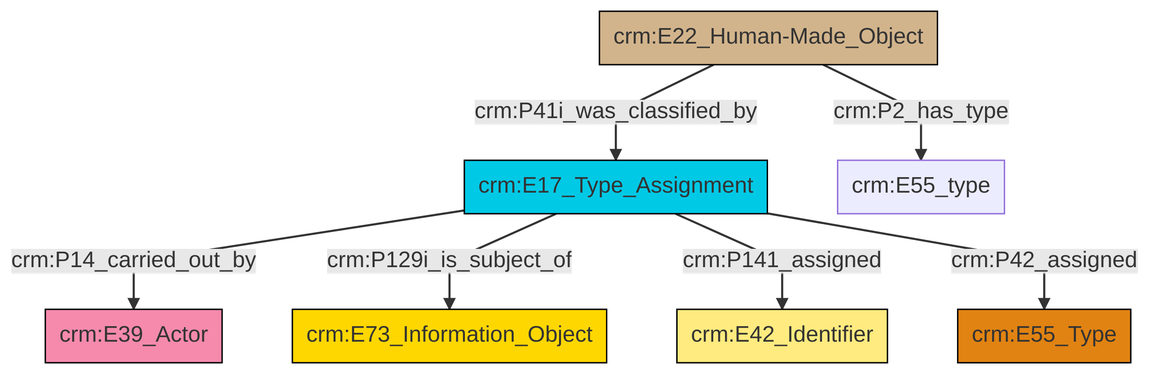
This is et/builtWorkCSV/ttl/mmd/png/Built_Work_designation_status.png from swiss-art-research-net/reference-data-models, a Mermaid export, as it was before one commit. Its source is kept beside it as et/builtWorkCSV/ttl/mmd/Built_Work_designation_status.ttl.mmd.
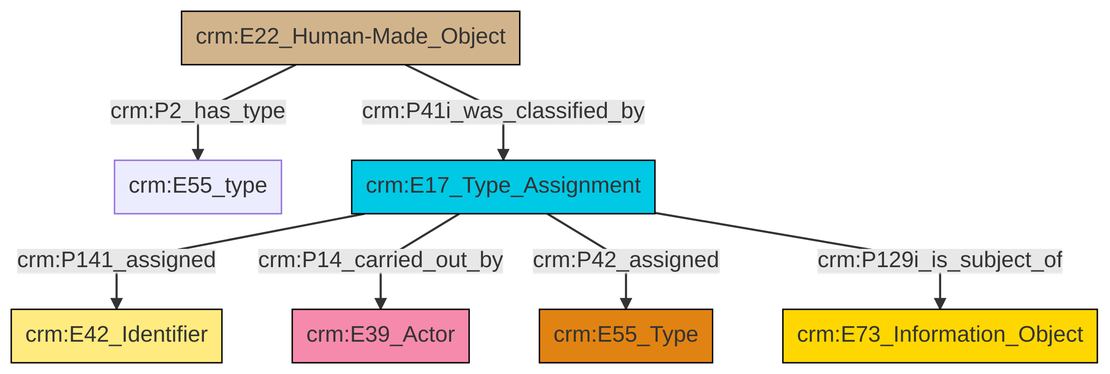
After the change.

Change to the diagram source:
```diff
@@ -13,9 +13,9 @@
 classDef PC_Classes fill:#4ce600, stroke:#000000;
 classDef Multi fill:#cccccc,stroke:#000000;
 
-2["crm:E17_Type_Assignment"]:::Temporal_Entity -->|crm:P14_carried_out_by| 0["crm:E39_Actor"]:::Actor
-2["crm:E17_Type_Assignment"]:::Temporal_Entity -->|crm:P129i_is_subject_of| 3["crm:E73_Information_Object"]:::Conceptual_Object
-2["crm:E17_Type_Assignment"]:::Temporal_Entity -->|crm:P141_assigned| 6["crm:E42_Identifier"]:::Appellation
-11["crm:E22_Human-Made_Object"]:::Physical_Thing -->|crm:P41i_was_classified_by| 2["crm:E17_Type_Assignment"]:::Temporal_Entity
-2["crm:E17_Type_Assignment"]:::Temporal_Entity -->|crm:P42_assigned| 7["crm:E55_Type"]:::Type
-11["crm:E22_Human-Made_Object"]:::Physical_Thing -->|crm:P2_has_type| 4["crm:E55_type"]:::Default
+2["crm:E22_Human-Made_Object"]:::Physical_Thing -->|crm:P41i_was_classified_by| 3["crm:E17_Type_Assignment"]:::Temporal_Entity
+3["crm:E17_Type_Assignment"]:::Temporal_Entity -->|crm:P141_assigned| 4["crm:E42_Identifier"]:::Appellation
+3["crm:E17_Type_Assignment"]:::Temporal_Entity -->|crm:P14_carried_out_by| 6["crm:E39_Actor"]:::Actor
+3["crm:E17_Type_Assignment"]:::Temporal_Entity -->|crm:P42_assigned| 7["crm:E55_Type"]:::Type
+3["crm:E17_Type_Assignment"]:::Temporal_Entity -->|crm:P129i_is_subject_of| 9["crm:E73_Information_Object"]:::Conceptual_Object
+2["crm:E22_Human-Made_Object"]:::Physical_Thing -->|crm:P2_has_type| 0["crm:E55_type"]:::Default
```
